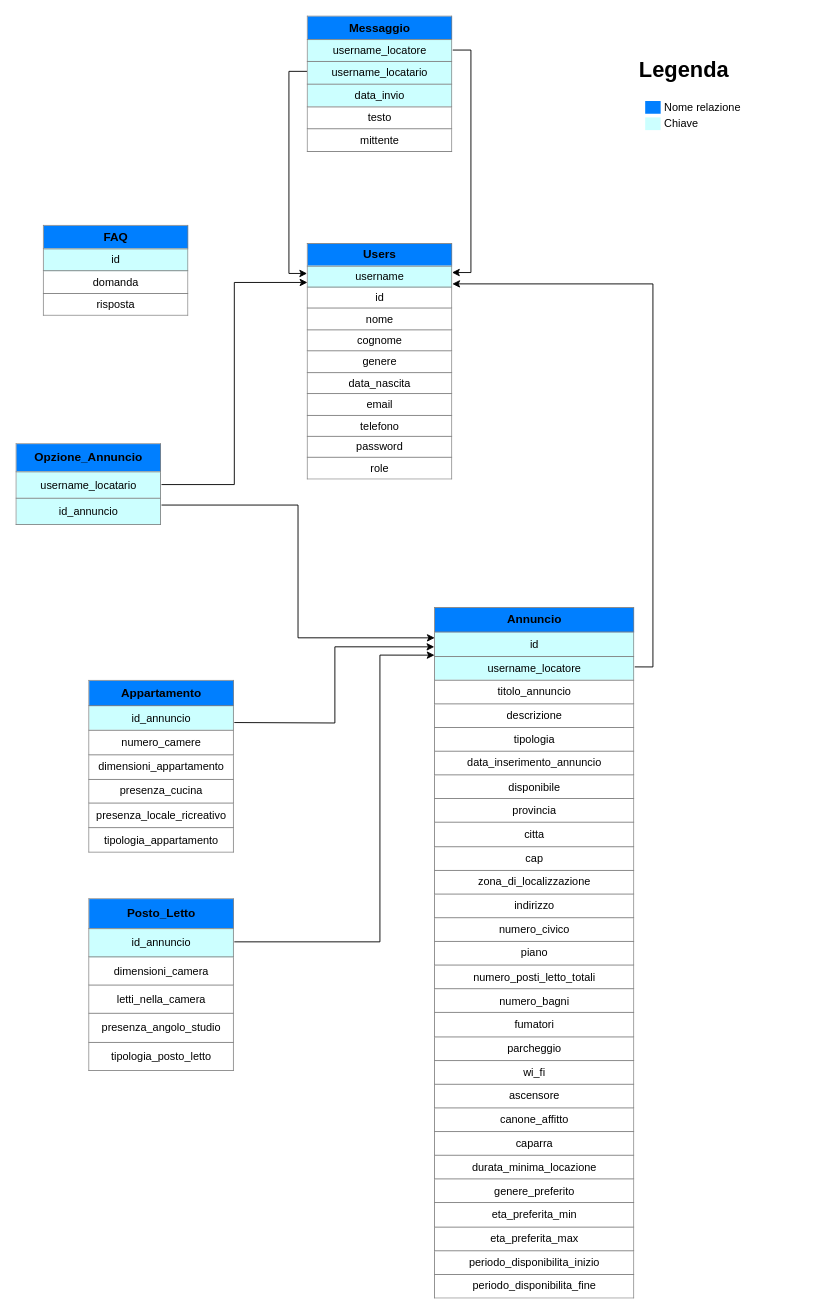
This is Database/Schema_logico_DB.drawio from fd-col/RentAdvisor, a draw.io file, before an edit. Source tidied: cells renumbered, new cells numbered last; positions are measured from the earlier drawing's top-left corner, leaving out a move shared by most shapes. Both pictures are drawn from the tidied source at 91%, with x=0, y=0 at pixel (15, 15).
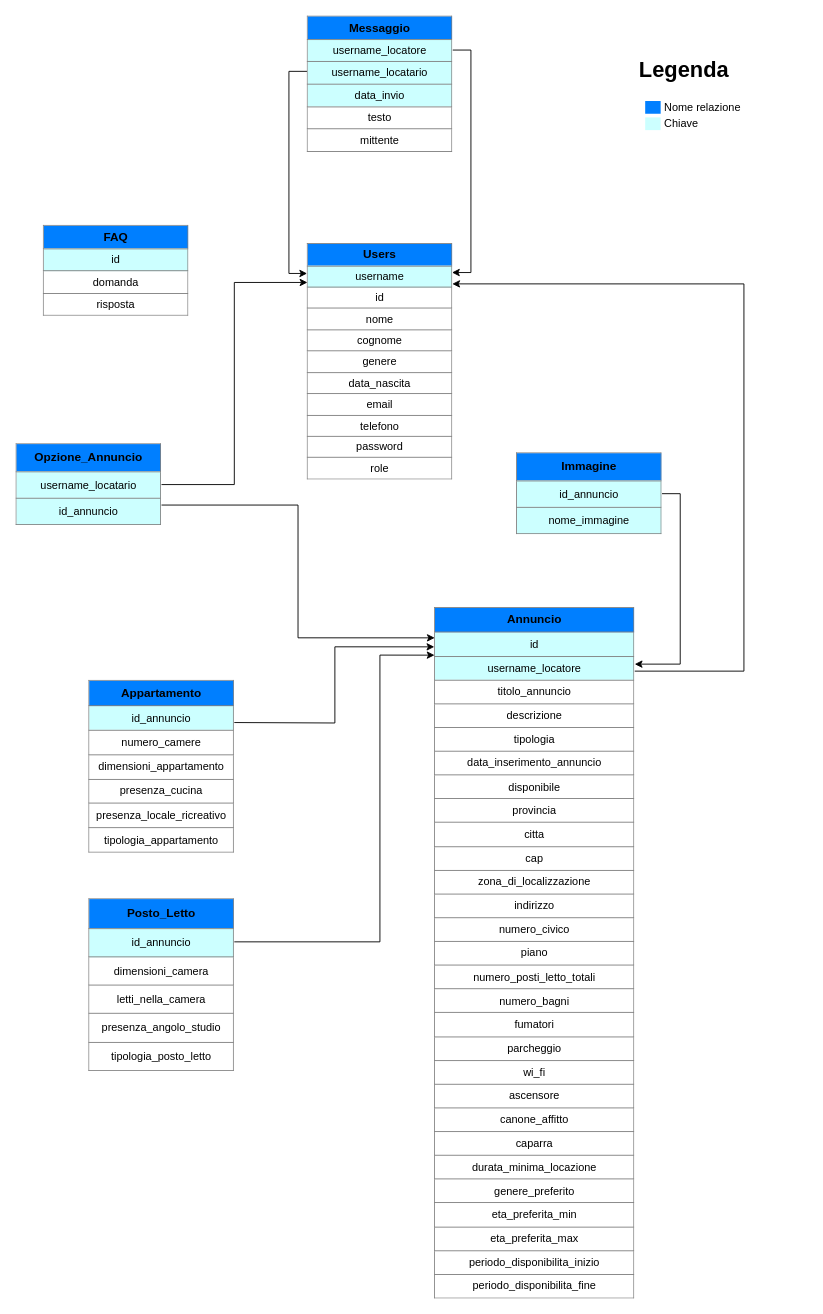
The same page after the edit.

Unchanged cells that the change refers to:
```xml
<mxCell id="2" value="&lt;table border=&quot;1&quot; width=&quot;100%&quot; cellpadding=&quot;4&quot; style=&quot;width: 100% ; height: 100% ; border-collapse: collapse&quot;&gt;&lt;tbody&gt;&lt;tr&gt;&lt;th style=&quot;background-color: rgb(0 , 127 , 255)&quot;&gt;&lt;span style=&quot;font-size: 13px;&quot;&gt;Users&lt;/span&gt;&lt;/th&gt;&lt;/tr&gt;&lt;tr style=&quot;font-size: 13px&quot;&gt;&lt;td style=&quot;font-size: 12px ; background-color: rgb(204 , 255 , 255)&quot;&gt;username&lt;/td&gt;&lt;/tr&gt;&lt;tr&gt;&lt;td&gt;id&lt;/td&gt;&lt;/tr&gt;&lt;tr&gt;&lt;td&gt;nome&lt;/td&gt;&lt;/tr&gt;&lt;tr&gt;&lt;td&gt;cognome&lt;br&gt;&lt;/td&gt;&lt;/tr&gt;&lt;tr&gt;&lt;td&gt;genere&lt;/td&gt;&lt;/tr&gt;&lt;tr&gt;&lt;td&gt;data_nascita&lt;/td&gt;&lt;/tr&gt;&lt;tr&gt;&lt;td&gt;email&lt;/td&gt;&lt;/tr&gt;&lt;tr&gt;&lt;td&gt;telefono&lt;/td&gt;&lt;/tr&gt;&lt;tr&gt;&lt;td&gt;password&lt;/td&gt;&lt;/tr&gt;&lt;tr&gt;&lt;td&gt;role&lt;/td&gt;&lt;/tr&gt;&lt;/tbody&gt;&lt;/table&gt;" style="text;html=1;overflow=fill;align=center;" parent="1" vertex="1">
  <mxGeometry x="320" y="250" width="160" height="260" as="geometry" />
</mxCell>
<mxCell id="7" value="&lt;table border=&quot;1&quot; width=&quot;100%&quot; cellpadding=&quot;4&quot; style=&quot;width: 100% ; height: 100% ; border-collapse: collapse&quot;&gt;&lt;tbody&gt;&lt;tr&gt;&lt;th style=&quot;background-color: rgb(0 , 127 , 255)&quot;&gt;&lt;font style=&quot;font-size: 13px&quot;&gt;Annuncio&lt;/font&gt;&lt;/th&gt;&lt;/tr&gt;&lt;tr style=&quot;font-size: 13px&quot;&gt;&lt;td style=&quot;font-size: 12px ; background-color: rgb(204 , 255 , 255)&quot;&gt;id&lt;/td&gt;&lt;/tr&gt;&lt;tr&gt;&lt;td style=&quot;background-color: rgb(204 , 255 , 255)&quot;&gt;username_locatore&lt;/td&gt;&lt;/tr&gt;&lt;tr&gt;&lt;td&gt;titolo_annuncio&lt;/td&gt;&lt;/tr&gt;&lt;tr&gt;&lt;td&gt;descrizione&lt;br&gt;&lt;/td&gt;&lt;/tr&gt;&lt;tr&gt;&lt;td&gt;tipologia&lt;/td&gt;&lt;/tr&gt;&lt;tr&gt;&lt;td&gt;data_inserimento_annuncio&lt;/td&gt;&lt;/tr&gt;&lt;tr&gt;&lt;td&gt;disponibile&lt;/td&gt;&lt;/tr&gt;&lt;tr&gt;&lt;td&gt;provincia&lt;/td&gt;&lt;/tr&gt;&lt;tr&gt;&lt;td&gt;citta&lt;/td&gt;&lt;/tr&gt;&lt;tr&gt;&lt;td&gt;cap&lt;/td&gt;&lt;/tr&gt;&lt;tr&gt;&lt;td&gt;zona_di_localizzazione&lt;br&gt;&lt;/td&gt;&lt;/tr&gt;&lt;tr&gt;&lt;td&gt;indirizzo&lt;/td&gt;&lt;/tr&gt;&lt;tr&gt;&lt;td&gt;numero_civico&lt;/td&gt;&lt;/tr&gt;&lt;tr&gt;&lt;td&gt;piano&lt;/td&gt;&lt;/tr&gt;&lt;tr&gt;&lt;td&gt;numero_posti_letto_totali&lt;/td&gt;&lt;/tr&gt;&lt;tr&gt;&lt;td&gt;numero_bagni&lt;/td&gt;&lt;/tr&gt;&lt;tr&gt;&lt;td&gt;fumatori&lt;/td&gt;&lt;/tr&gt;&lt;tr&gt;&lt;td&gt;parcheggio&lt;/td&gt;&lt;/tr&gt;&lt;tr&gt;&lt;td&gt;wi_fi&lt;/td&gt;&lt;/tr&gt;&lt;tr&gt;&lt;td&gt;ascensore&lt;/td&gt;&lt;/tr&gt;&lt;tr&gt;&lt;td&gt;canone_affitto&lt;/td&gt;&lt;/tr&gt;&lt;tr&gt;&lt;td&gt;caparra&lt;/td&gt;&lt;/tr&gt;&lt;tr&gt;&lt;td&gt;durata_minima_locazione&lt;/td&gt;&lt;/tr&gt;&lt;tr&gt;&lt;td&gt;genere_preferito&lt;/td&gt;&lt;/tr&gt;&lt;tr&gt;&lt;td&gt;eta_preferita_min&lt;/td&gt;&lt;/tr&gt;&lt;tr&gt;&lt;td&gt;eta_preferita_max&lt;/td&gt;&lt;/tr&gt;&lt;tr&gt;&lt;td&gt;periodo_disponibilita_inizio&lt;/td&gt;&lt;/tr&gt;&lt;tr&gt;&lt;td&gt;periodo_disponibilita_fine&lt;/td&gt;&lt;/tr&gt;&lt;/tbody&gt;&lt;/table&gt;" style="text;html=1;overflow=fill;align=center;" parent="1" vertex="1">
  <mxGeometry x="460" y="650" width="220" height="760" as="geometry" />
</mxCell>
```

What changed in the source:
```diff
@@
-    <mxCell id="6" style="edgeStyle=orthogonalEdgeStyle;rounded=0;jettySize=auto;html=1;entryX=0.997;entryY=0.171;entryDx=0;entryDy=0;entryPerimeter=0;exitX=1;exitY=0.086;exitDx=0;exitDy=0;exitPerimeter=0;" parent="1" edge="1" source="7" target="2">
-      <mxGeometry relative="1" as="geometry" />
+    <mxCell id="6" style="edgeStyle=orthogonalEdgeStyle;rounded=0;jettySize=auto;html=1;entryX=0.997;entryY=0.171;entryDx=0;entryDy=0;entryPerimeter=0;" parent="1" edge="1" target="2">
+      <mxGeometry relative="1" as="geometry">
+        <mxPoint x="680" y="720" as="sourcePoint" />
+        <Array as="points">
+          <mxPoint x="680" y="720" />
+          <mxPoint x="800" y="720" />
+          <mxPoint x="800" y="295" />
+        </Array>
+      </mxGeometry>
     </mxCell>
@@
+    <mxCell id="17" style="edgeStyle=orthogonalEdgeStyle;rounded=0;jettySize=auto;html=1;exitX=1;exitY=0.5;exitDx=0;exitDy=0;entryX=1;entryY=0.082;entryDx=0;entryDy=0;entryPerimeter=0;" parent="1" edge="1" source="18" target="7">
+      <mxGeometry relative="1" as="geometry" />
+    </mxCell>
+    <mxCell id="18" value="&lt;table border=&quot;1&quot; width=&quot;100%&quot; cellpadding=&quot;4&quot; style=&quot;width: 100% ; height: 100% ; border-collapse: collapse&quot;&gt;&lt;tbody&gt;&lt;tr&gt;&lt;th style=&quot;background-color: rgb(0 , 127 , 255)&quot;&gt;&lt;span style=&quot;font-size: 13px&quot;&gt;Immagine&lt;/span&gt;&lt;/th&gt;&lt;/tr&gt;&lt;tr&gt;&lt;td style=&quot;background-color: rgb(204 , 255 , 255)&quot;&gt;id_annuncio&lt;br&gt;&lt;/td&gt;&lt;/tr&gt;&lt;tr&gt;&lt;td style=&quot;background-color: rgb(204, 255, 255);&quot;&gt;nome_immagine&lt;/td&gt;&lt;/tr&gt;&lt;/tbody&gt;&lt;/table&gt;" style="text;html=1;overflow=fill;align=center;" parent="1" vertex="1">
+      <mxGeometry x="550" y="480" width="160" height="90" as="geometry" />
+    </mxCell>
```
